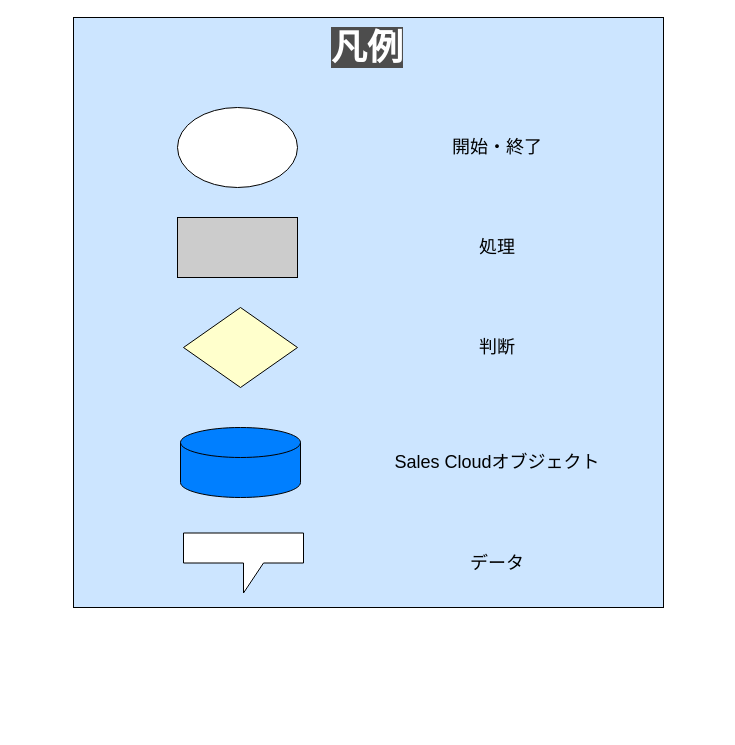
Before: page "凡例" (1 of 6) of 20230622To-Be業務フロー図.drawio in TaikiHorita/TaikiRepository, a draw.io diagram. Source tidied: cells renumbered, new cells numbered last; positions are measured from the earlier drawing's top-left corner, leaving out a move shared by most shapes. Both pictures are drawn from the tidied source at 100%, with x=0, y=0 at pixel (73, 17).
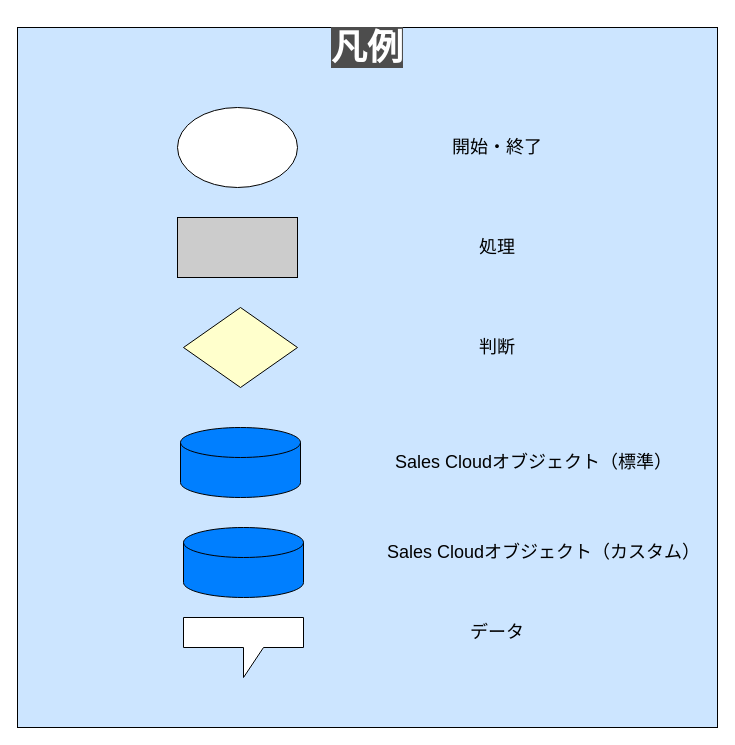
Above is the later version.

Commit message:
20230622To-Be業務フロー図.drawio を更新します

The edit, as a diff of the source:
```diff
@@
 <mxGraphModel>
   <root>
     <mxCell id="0" />
     <mxCell id="1" parent="0" />
     <mxCell id="2" value="&lt;p style=&quot;line-height: 120%;&quot;&gt;&lt;br&gt;&lt;/p&gt;" style="whiteSpace=wrap;html=1;fillColor=#CCE5FF;" parent="1" vertex="1">
-      <mxGeometry width="590" height="590" as="geometry" />
+      <mxGeometry x="-56" y="10" width="700" height="700" as="geometry" />
     </mxCell>
     <mxCell id="3" value="&lt;font color=&quot;#ffffff&quot; style=&quot;font-size: 36px; background-color: rgb(77, 77, 77);&quot;&gt;凡例&lt;/font&gt;" style="text;strokeColor=none;align=center;fillColor=none;html=1;verticalAlign=middle;whiteSpace=wrap;rounded=0;fontStyle=1;horizontal=1;" parent="1" vertex="1">
       <mxGeometry x="224" y="20" width="140" height="20" as="geometry" />
     </mxCell>
     <mxCell id="4" style="ellipse;whiteSpace=wrap;html=1;" parent="1" vertex="1">
       <mxGeometry x="104" y="90" width="120" height="80" as="geometry" />
     </mxCell>
     <mxCell id="5" value="&lt;font style=&quot;font-size: 18px;&quot;&gt;開始・終了&lt;/font&gt;" style="text;strokeColor=none;align=center;fillColor=none;html=1;verticalAlign=middle;whiteSpace=wrap;rounded=0;" parent="1" vertex="1">
       <mxGeometry x="364" y="115" width="120" height="30" as="geometry" />
     </mxCell>
     <mxCell id="6" style="rounded=0;whiteSpace=wrap;html=1;fillColor=#CCCCCC;" parent="1" vertex="1">
       <mxGeometry x="104" y="200" width="120" height="60" as="geometry" />
     </mxCell>
     <mxCell id="7" value="&lt;font style=&quot;font-size: 18px;&quot;&gt;処理&lt;/font&gt;" style="text;strokeColor=none;align=center;fillColor=none;html=1;verticalAlign=middle;whiteSpace=wrap;rounded=0;" parent="1" vertex="1">
       <mxGeometry x="364" y="215" width="120" height="30" as="geometry" />
     </mxCell>
     <mxCell id="8" style="rhombus;whiteSpace=wrap;html=1;fillColor=#FFFFCC;" parent="1" vertex="1">
       <mxGeometry x="110" y="290" width="114" height="80" as="geometry" />
     </mxCell>
     <mxCell id="9" value="&lt;span style=&quot;font-size: 18px;&quot;&gt;判断&lt;/span&gt;" style="text;strokeColor=none;align=center;fillColor=none;html=1;verticalAlign=middle;whiteSpace=wrap;rounded=0;" parent="1" vertex="1">
       <mxGeometry x="364" y="315" width="120" height="30" as="geometry" />
     </mxCell>
     <mxCell id="10" style="shape=cylinder3;whiteSpace=wrap;html=1;boundedLbl=1;backgroundOutline=1;size=15;fillColor=#007FFF;" parent="1" vertex="1">
       <mxGeometry x="107" y="410" width="120" height="70" as="geometry" />
     </mxCell>
-    <mxCell id="11" value="&lt;span style=&quot;font-size: 18px;&quot;&gt;Sales Cloudオブジェクト&lt;/span&gt;" style="text;strokeColor=none;align=center;fillColor=none;html=1;verticalAlign=middle;whiteSpace=wrap;rounded=0;" parent="1" vertex="1">
-      <mxGeometry x="311" y="430" width="226" height="30" as="geometry" />
+    <mxCell id="11" value="&lt;span style=&quot;font-size: 18px;&quot;&gt;Sales Cloudオブジェクト（標準）&lt;br&gt;&lt;/span&gt;" style="text;strokeColor=none;align=center;fillColor=none;html=1;verticalAlign=middle;whiteSpace=wrap;rounded=0;" parent="1" vertex="1">
+      <mxGeometry x="311" y="430" width="299" height="30" as="geometry" />
     </mxCell>
     <mxCell id="12" style="shape=callout;whiteSpace=wrap;html=1;perimeter=calloutPerimeter;base=20;" parent="1" vertex="1">
-      <mxGeometry x="110" y="515.5" width="120" height="60" as="geometry" />
+      <mxGeometry x="110" y="600" width="120" height="60" as="geometry" />
     </mxCell>
     <mxCell id="13" value="&lt;span style=&quot;font-size: 18px;&quot;&gt;データ&lt;/span&gt;" style="text;strokeColor=none;align=center;fillColor=none;html=1;verticalAlign=middle;whiteSpace=wrap;rounded=0;" parent="1" vertex="1">
-      <mxGeometry x="311" y="530.5" width="226" height="30" as="geometry" />
+      <mxGeometry x="311" y="600" width="226" height="30" as="geometry" />
     </mxCell>
+    <mxCell id="14" style="shape=cylinder3;whiteSpace=wrap;html=1;boundedLbl=1;backgroundOutline=1;size=15;fillColor=#007FFF;" parent="1" vertex="1">
+      <mxGeometry x="110" y="510" width="120" height="70" as="geometry" />
+    </mxCell>
+    <mxCell id="15" value="&lt;span style=&quot;font-size: 18px;&quot;&gt;Sales Cloudオブジェクト（カスタム）&lt;br&gt;&lt;/span&gt;" style="text;strokeColor=none;align=center;fillColor=none;html=1;verticalAlign=middle;whiteSpace=wrap;rounded=0;" parent="1" vertex="1">
+      <mxGeometry x="311" y="520" width="319" height="30" as="geometry" />
+    </mxCell>
   </root>
 </mxGraphModel>
```
